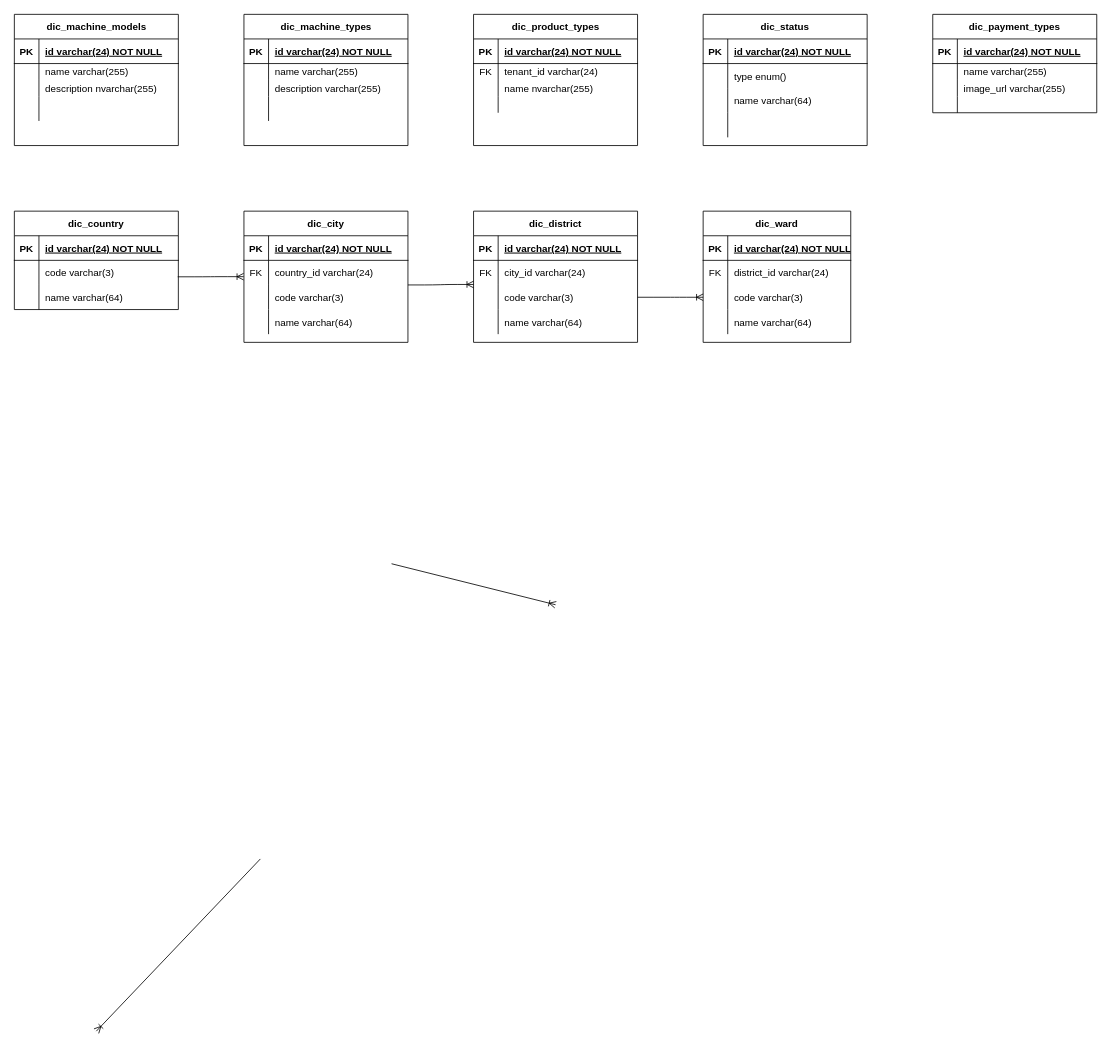
Earlier version of the draw.io diagram page "Dictionary" (2 of 6) of Untitled Diagram.drawio (wardus3105/alphatest). Source tidied: cells renumbered, new cells numbered last; positions are measured from the earlier drawing's top-left corner, leaving out a move shared by most shapes. Both pictures are drawn from the tidied source at 82%, with x=0, y=0 at pixel (14, 14).
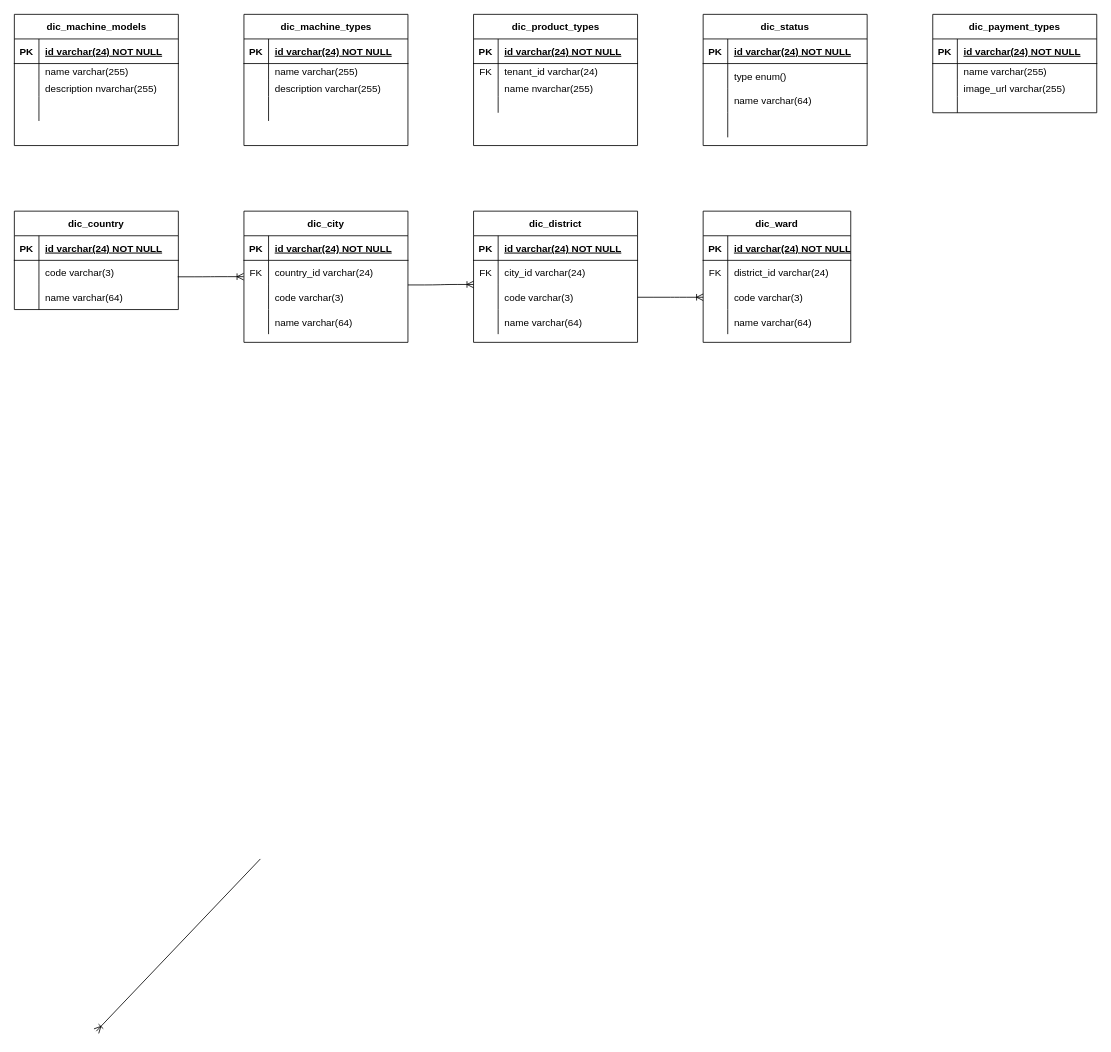
The same diagram, later.

The edit, as a diff of the source:
```diff
@@
-    <mxCell id="55" style="fontSize=12;html=1;endArrow=ERoneToMany;exitX=0.5;exitY=1;exitDx=0;exitDy=0;entryX=0.5;entryY=0;entryDx=0;entryDy=0;" parent="1" edge="1">
-      <mxGeometry relative="1" as="geometry">
-        <mxPoint x="460" y="670" as="sourcePoint" />
-        <mxPoint x="660" y="720" as="targetPoint" />
-      </mxGeometry>
-    </mxCell>
```
